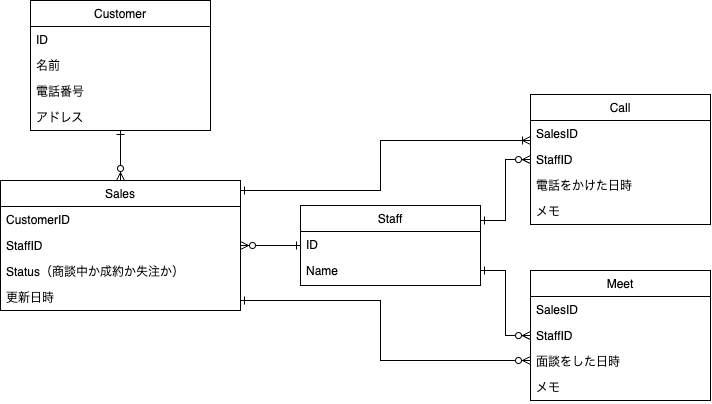
The draw.io diagram db/anti-patern-6/Diagram.drawio.png in yuikoito/PrAhaChallenge, before a commit. Source tidied: cells renumbered, new cells last; positions are measured from the earlier drawing's top-left corner, leaving out a move shared by most shapes. Source of this version:
```xml
<mxGraphModel>
  <root>
    <mxCell id="0" />
    <mxCell id="1" parent="0" />
    <mxCell id="2" value="Call" style="swimlane;fontStyle=0;align=center;verticalAlign=top;horizontal=1;startSize=26;rounded=0;shadow=0;strokeWidth=1;" parent="1" vertex="1">
      <mxGeometry x="530" y="94" width="180" height="130" as="geometry" />
    </mxCell>
    <mxCell id="3" value="SalesID" style="text;align=left;verticalAlign=top;spacingLeft=4;spacingRight=4;overflow=hidden;" parent="2" vertex="1">
      <mxGeometry y="26" width="180" height="26" as="geometry" />
    </mxCell>
    <mxCell id="4" value="StaffID" style="text;align=left;verticalAlign=top;spacingLeft=4;spacingRight=4;overflow=hidden;" parent="2" vertex="1">
      <mxGeometry y="52" width="180" height="26" as="geometry" />
    </mxCell>
    <mxCell id="5" value="電話をかけた日時" style="text;align=left;verticalAlign=top;spacingLeft=4;spacingRight=4;overflow=hidden;" parent="2" vertex="1">
      <mxGeometry y="78" width="180" height="26" as="geometry" />
    </mxCell>
    <mxCell id="6" value="メモ" style="text;align=left;verticalAlign=top;spacingLeft=4;spacingRight=4;overflow=hidden;" parent="2" vertex="1">
      <mxGeometry y="104" width="180" height="26" as="geometry" />
    </mxCell>
    <mxCell id="7" style="edgeStyle=orthogonalEdgeStyle;rounded=0;jettySize=auto;html=1;startArrow=ERone;startFill=0;endArrow=ERzeroToMany;endFill=0;" parent="1" edge="1" source="8" target="26">
      <mxGeometry relative="1" as="geometry" />
    </mxCell>
    <mxCell id="8" value="Customer" style="swimlane;fontStyle=0;align=center;verticalAlign=top;horizontal=1;startSize=26;rounded=0;shadow=0;strokeWidth=1;" parent="1" vertex="1">
      <mxGeometry x="30" width="180" height="130" as="geometry" />
    </mxCell>
    <mxCell id="9" value="ID" style="text;align=left;verticalAlign=top;spacingLeft=4;spacingRight=4;overflow=hidden;" parent="8" vertex="1">
      <mxGeometry y="26" width="180" height="26" as="geometry" />
    </mxCell>
    <mxCell id="10" value="名前" style="text;align=left;verticalAlign=top;spacingLeft=4;spacingRight=4;overflow=hidden;rounded=0;shadow=0;html=0;" parent="8" vertex="1">
      <mxGeometry y="52" width="180" height="26" as="geometry" />
    </mxCell>
    <mxCell id="11" value="電話番号" style="text;align=left;verticalAlign=top;spacingLeft=4;spacingRight=4;overflow=hidden;rounded=0;shadow=0;html=0;" parent="8" vertex="1">
      <mxGeometry y="78" width="180" height="26" as="geometry" />
    </mxCell>
    <mxCell id="12" value="アドレス" style="text;align=left;verticalAlign=top;spacingLeft=4;spacingRight=4;overflow=hidden;rounded=0;shadow=0;html=0;" parent="8" vertex="1">
      <mxGeometry y="104" width="180" height="26" as="geometry" />
    </mxCell>
    <mxCell id="13" value="Meet" style="swimlane;fontStyle=0;align=center;verticalAlign=top;horizontal=1;startSize=26;rounded=0;shadow=0;strokeWidth=1;" parent="1" vertex="1">
      <mxGeometry x="530" y="270" width="180" height="130" as="geometry" />
    </mxCell>
    <mxCell id="14" value="SalesID" style="text;align=left;verticalAlign=top;spacingLeft=4;spacingRight=4;overflow=hidden;" parent="13" vertex="1">
      <mxGeometry y="26" width="180" height="26" as="geometry" />
    </mxCell>
    <mxCell id="15" value="StaffID" style="text;align=left;verticalAlign=top;spacingLeft=4;spacingRight=4;overflow=hidden;rounded=0;shadow=0;html=0;" parent="13" vertex="1">
      <mxGeometry y="52" width="180" height="26" as="geometry" />
    </mxCell>
    <mxCell id="16" value="面談をした日時" style="text;align=left;verticalAlign=top;spacingLeft=4;spacingRight=4;overflow=hidden;rounded=0;shadow=0;html=0;" parent="13" vertex="1">
      <mxGeometry y="78" width="180" height="26" as="geometry" />
    </mxCell>
    <mxCell id="17" value="メモ" style="text;align=left;verticalAlign=top;spacingLeft=4;spacingRight=4;overflow=hidden;rounded=0;shadow=0;html=0;" parent="13" vertex="1">
      <mxGeometry y="104" width="180" height="26" as="geometry" />
    </mxCell>
    <mxCell id="18" style="edgeStyle=orthogonalEdgeStyle;rounded=0;jettySize=auto;html=1;startArrow=ERone;startFill=0;endArrow=ERzeroToMany;endFill=0;" parent="1" edge="1" source="21" target="26">
      <mxGeometry relative="1" as="geometry" />
    </mxCell>
    <mxCell id="19" style="edgeStyle=orthogonalEdgeStyle;rounded=0;jettySize=auto;html=1;startArrow=ERone;startFill=0;endArrow=ERzeroToMany;endFill=0;" parent="1" edge="1" source="21" target="2">
      <mxGeometry relative="1" as="geometry">
        <Array as="points">
          <mxPoint x="505" y="220" />
          <mxPoint x="505" y="159" />
        </Array>
      </mxGeometry>
    </mxCell>
    <mxCell id="20" style="edgeStyle=orthogonalEdgeStyle;rounded=0;jettySize=auto;html=1;startArrow=ERone;startFill=0;endArrow=ERzeroToMany;endFill=0;" parent="1" edge="1" source="21" target="13">
      <mxGeometry relative="1" as="geometry">
        <Array as="points">
          <mxPoint x="505" y="270" />
          <mxPoint x="505" y="335" />
        </Array>
      </mxGeometry>
    </mxCell>
    <mxCell id="21" value="Staff" style="swimlane;fontStyle=0;align=center;verticalAlign=top;horizontal=1;startSize=26;rounded=0;shadow=0;strokeWidth=1;" parent="1" vertex="1">
      <mxGeometry x="300" y="205" width="180" height="80" as="geometry" />
    </mxCell>
    <mxCell id="22" value="ID" style="text;align=left;verticalAlign=top;spacingLeft=4;spacingRight=4;overflow=hidden;" parent="21" vertex="1">
      <mxGeometry y="26" width="180" height="26" as="geometry" />
    </mxCell>
    <mxCell id="23" value="Name" style="text;align=left;verticalAlign=top;spacingLeft=4;spacingRight=4;overflow=hidden;rounded=0;shadow=0;html=0;" parent="21" vertex="1">
      <mxGeometry y="52" width="180" height="26" as="geometry" />
    </mxCell>
    <mxCell id="24" style="edgeStyle=orthogonalEdgeStyle;rounded=0;jettySize=auto;html=1;startArrow=ERone;startFill=0;endArrow=ERoneToMany;endFill=0;" parent="1" edge="1" source="26" target="2">
      <mxGeometry relative="1" as="geometry">
        <Array as="points">
          <mxPoint x="380" y="190" />
          <mxPoint x="380" y="140" />
        </Array>
      </mxGeometry>
    </mxCell>
    <mxCell id="25" style="edgeStyle=orthogonalEdgeStyle;rounded=0;jettySize=auto;html=1;startArrow=ERone;startFill=0;endArrow=ERzeroToMany;endFill=0;" parent="1" edge="1" source="26" target="13">
      <mxGeometry relative="1" as="geometry">
        <Array as="points">
          <mxPoint x="380" y="300" />
          <mxPoint x="380" y="360" />
        </Array>
      </mxGeometry>
    </mxCell>
    <mxCell id="26" value="Sales" style="swimlane;fontStyle=0;align=center;verticalAlign=top;horizontal=1;startSize=26;rounded=0;shadow=0;strokeWidth=1;" parent="1" vertex="1">
      <mxGeometry y="180" width="240" height="130" as="geometry" />
    </mxCell>
    <mxCell id="27" value="CustomerID" style="text;align=left;verticalAlign=top;spacingLeft=4;spacingRight=4;overflow=hidden;" parent="26" vertex="1">
      <mxGeometry y="26" width="240" height="26" as="geometry" />
    </mxCell>
    <mxCell id="28" value="StaffID" style="text;align=left;verticalAlign=top;spacingLeft=4;spacingRight=4;overflow=hidden;rounded=0;shadow=0;html=0;" parent="26" vertex="1">
      <mxGeometry y="52" width="240" height="26" as="geometry" />
    </mxCell>
    <mxCell id="29" value="Status（商談中か成約か失注か）" style="text;align=left;verticalAlign=top;spacingLeft=4;spacingRight=4;overflow=hidden;rounded=0;shadow=0;html=0;" parent="26" vertex="1">
      <mxGeometry y="78" width="240" height="26" as="geometry" />
    </mxCell>
    <mxCell id="30" value="更新日時" style="text;align=left;verticalAlign=top;spacingLeft=4;spacingRight=4;overflow=hidden;rounded=0;shadow=0;html=0;" parent="26" vertex="1">
      <mxGeometry y="104" width="240" height="26" as="geometry" />
    </mxCell>
  </root>
</mxGraphModel>
```
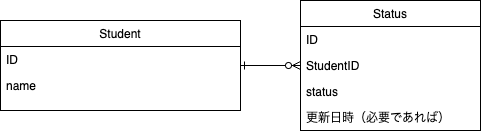
Above is the later version.

The edit, as a diff of the source:
```diff
@@ -2,112 +2,32 @@
   <root>
     <mxCell id="0" />
     <mxCell id="1" parent="0" />
-    <mxCell id="2" value="Call" style="swimlane;fontStyle=0;align=center;verticalAlign=top;horizontal=1;startSize=26;rounded=0;shadow=0;strokeWidth=1;" parent="1" vertex="1">
-      <mxGeometry x="530" y="94" width="180" height="130" as="geometry" />
-    </mxCell>
-    <mxCell id="3" value="SalesID" style="text;align=left;verticalAlign=top;spacingLeft=4;spacingRight=4;overflow=hidden;" parent="2" vertex="1">
-      <mxGeometry y="26" width="180" height="26" as="geometry" />
-    </mxCell>
-    <mxCell id="4" value="StaffID" style="text;align=left;verticalAlign=top;spacingLeft=4;spacingRight=4;overflow=hidden;" parent="2" vertex="1">
-      <mxGeometry y="52" width="180" height="26" as="geometry" />
-    </mxCell>
-    <mxCell id="5" value="電話をかけた日時" style="text;align=left;verticalAlign=top;spacingLeft=4;spacingRight=4;overflow=hidden;" parent="2" vertex="1">
-      <mxGeometry y="78" width="180" height="26" as="geometry" />
-    </mxCell>
-    <mxCell id="6" value="メモ" style="text;align=left;verticalAlign=top;spacingLeft=4;spacingRight=4;overflow=hidden;" parent="2" vertex="1">
-      <mxGeometry y="104" width="180" height="26" as="geometry" />
-    </mxCell>
-    <mxCell id="7" style="edgeStyle=orthogonalEdgeStyle;rounded=0;jettySize=auto;html=1;startArrow=ERone;startFill=0;endArrow=ERzeroToMany;endFill=0;" parent="1" edge="1" source="8" target="26">
-      <mxGeometry relative="1" as="geometry" />
-    </mxCell>
-    <mxCell id="8" value="Customer" style="swimlane;fontStyle=0;align=center;verticalAlign=top;horizontal=1;startSize=26;rounded=0;shadow=0;strokeWidth=1;" parent="1" vertex="1">
-      <mxGeometry x="30" width="180" height="130" as="geometry" />
-    </mxCell>
-    <mxCell id="9" value="ID" style="text;align=left;verticalAlign=top;spacingLeft=4;spacingRight=4;overflow=hidden;" parent="8" vertex="1">
-      <mxGeometry y="26" width="180" height="26" as="geometry" />
-    </mxCell>
-    <mxCell id="10" value="名前" style="text;align=left;verticalAlign=top;spacingLeft=4;spacingRight=4;overflow=hidden;rounded=0;shadow=0;html=0;" parent="8" vertex="1">
-      <mxGeometry y="52" width="180" height="26" as="geometry" />
-    </mxCell>
-    <mxCell id="11" value="電話番号" style="text;align=left;verticalAlign=top;spacingLeft=4;spacingRight=4;overflow=hidden;rounded=0;shadow=0;html=0;" parent="8" vertex="1">
-      <mxGeometry y="78" width="180" height="26" as="geometry" />
-    </mxCell>
-    <mxCell id="12" value="アドレス" style="text;align=left;verticalAlign=top;spacingLeft=4;spacingRight=4;overflow=hidden;rounded=0;shadow=0;html=0;" parent="8" vertex="1">
-      <mxGeometry y="104" width="180" height="26" as="geometry" />
-    </mxCell>
-    <mxCell id="13" value="Meet" style="swimlane;fontStyle=0;align=center;verticalAlign=top;horizontal=1;startSize=26;rounded=0;shadow=0;strokeWidth=1;" parent="1" vertex="1">
-      <mxGeometry x="530" y="270" width="180" height="130" as="geometry" />
-    </mxCell>
-    <mxCell id="14" value="SalesID" style="text;align=left;verticalAlign=top;spacingLeft=4;spacingRight=4;overflow=hidden;" parent="13" vertex="1">
-      <mxGeometry y="26" width="180" height="26" as="geometry" />
-    </mxCell>
-    <mxCell id="15" value="StaffID" style="text;align=left;verticalAlign=top;spacingLeft=4;spacingRight=4;overflow=hidden;rounded=0;shadow=0;html=0;" parent="13" vertex="1">
-      <mxGeometry y="52" width="180" height="26" as="geometry" />
-    </mxCell>
-    <mxCell id="16" value="面談をした日時" style="text;align=left;verticalAlign=top;spacingLeft=4;spacingRight=4;overflow=hidden;rounded=0;shadow=0;html=0;" parent="13" vertex="1">
-      <mxGeometry y="78" width="180" height="26" as="geometry" />
-    </mxCell>
-    <mxCell id="17" value="メモ" style="text;align=left;verticalAlign=top;spacingLeft=4;spacingRight=4;overflow=hidden;rounded=0;shadow=0;html=0;" parent="13" vertex="1">
-      <mxGeometry y="104" width="180" height="26" as="geometry" />
-    </mxCell>
-    <mxCell id="18" style="edgeStyle=orthogonalEdgeStyle;rounded=0;jettySize=auto;html=1;startArrow=ERone;startFill=0;endArrow=ERzeroToMany;endFill=0;" parent="1" edge="1" source="21" target="26">
+    <mxCell id="18" style="edgeStyle=orthogonalEdgeStyle;rounded=0;jettySize=auto;html=1;startArrow=ERzeroToMany;startFill=0;endArrow=ERone;endFill=0;" parent="1" edge="1" source="21" target="26">
       <mxGeometry relative="1" as="geometry" />
     </mxCell>
-    <mxCell id="19" style="edgeStyle=orthogonalEdgeStyle;rounded=0;jettySize=auto;html=1;startArrow=ERone;startFill=0;endArrow=ERzeroToMany;endFill=0;" parent="1" edge="1" source="21" target="2">
-      <mxGeometry relative="1" as="geometry">
-        <Array as="points">
-          <mxPoint x="505" y="220" />
-          <mxPoint x="505" y="159" />
-        </Array>
-      </mxGeometry>
-    </mxCell>
-    <mxCell id="20" style="edgeStyle=orthogonalEdgeStyle;rounded=0;jettySize=auto;html=1;startArrow=ERone;startFill=0;endArrow=ERzeroToMany;endFill=0;" parent="1" edge="1" source="21" target="13">
-      <mxGeometry relative="1" as="geometry">
-        <Array as="points">
-          <mxPoint x="505" y="270" />
-          <mxPoint x="505" y="335" />
-        </Array>
-      </mxGeometry>
-    </mxCell>
-    <mxCell id="21" value="Staff" style="swimlane;fontStyle=0;align=center;verticalAlign=top;horizontal=1;startSize=26;rounded=0;shadow=0;strokeWidth=1;" parent="1" vertex="1">
-      <mxGeometry x="300" y="205" width="180" height="80" as="geometry" />
+    <mxCell id="21" value="Status" style="swimlane;fontStyle=0;align=center;verticalAlign=top;horizontal=1;startSize=26;rounded=0;shadow=0;strokeWidth=1;" parent="1" vertex="1">
+      <mxGeometry x="300" y="160" width="180" height="130" as="geometry" />
     </mxCell>
     <mxCell id="22" value="ID" style="text;align=left;verticalAlign=top;spacingLeft=4;spacingRight=4;overflow=hidden;" parent="21" vertex="1">
       <mxGeometry y="26" width="180" height="26" as="geometry" />
     </mxCell>
-    <mxCell id="23" value="Name" style="text;align=left;verticalAlign=top;spacingLeft=4;spacingRight=4;overflow=hidden;rounded=0;shadow=0;html=0;" parent="21" vertex="1">
+    <mxCell id="23" value="StudentID" style="text;align=left;verticalAlign=top;spacingLeft=4;spacingRight=4;overflow=hidden;rounded=0;shadow=0;html=0;" parent="21" vertex="1">
       <mxGeometry y="52" width="180" height="26" as="geometry" />
     </mxCell>
-    <mxCell id="24" style="edgeStyle=orthogonalEdgeStyle;rounded=0;jettySize=auto;html=1;startArrow=ERone;startFill=0;endArrow=ERoneToMany;endFill=0;" parent="1" edge="1" source="26" target="2">
-      <mxGeometry relative="1" as="geometry">
-        <Array as="points">
-          <mxPoint x="380" y="190" />
-          <mxPoint x="380" y="140" />
-        </Array>
-      </mxGeometry>
-    </mxCell>
-    <mxCell id="25" style="edgeStyle=orthogonalEdgeStyle;rounded=0;jettySize=auto;html=1;startArrow=ERone;startFill=0;endArrow=ERzeroToMany;endFill=0;" parent="1" edge="1" source="26" target="13">
-      <mxGeometry relative="1" as="geometry">
-        <Array as="points">
-          <mxPoint x="380" y="300" />
-          <mxPoint x="380" y="360" />
-        </Array>
-      </mxGeometry>
-    </mxCell>
+    <mxCell id="31" value="status" style="text;align=left;verticalAlign=top;spacingLeft=4;spacingRight=4;overflow=hidden;rounded=0;shadow=0;html=0;" parent="21" vertex="1">
+      <mxGeometry y="78" width="180" height="26" as="geometry" />
+    </mxCell>
+    <mxCell id="32" value="更新日時（必要であれば）" style="text;align=left;verticalAlign=top;spacingLeft=4;spacingRight=4;overflow=hidden;rounded=0;shadow=0;html=0;" parent="21" vertex="1">
+      <mxGeometry y="104" width="180" height="26" as="geometry" />
+    </mxCell>
-    <mxCell id="26" value="Sales" style="swimlane;fontStyle=0;align=center;verticalAlign=top;horizontal=1;startSize=26;rounded=0;shadow=0;strokeWidth=1;" parent="1" vertex="1">
-      <mxGeometry y="180" width="240" height="130" as="geometry" />
+    <mxCell id="26" value="Student" style="swimlane;fontStyle=0;align=center;verticalAlign=top;horizontal=1;startSize=26;rounded=0;shadow=0;strokeWidth=1;" parent="1" vertex="1">
+      <mxGeometry y="180" width="240" height="90" as="geometry" />
     </mxCell>
-    <mxCell id="27" value="CustomerID" style="text;align=left;verticalAlign=top;spacingLeft=4;spacingRight=4;overflow=hidden;" parent="26" vertex="1">
+    <mxCell id="27" value="ID" style="text;align=left;verticalAlign=top;spacingLeft=4;spacingRight=4;overflow=hidden;" parent="26" vertex="1">
       <mxGeometry y="26" width="240" height="26" as="geometry" />
     </mxCell>
-    <mxCell id="28" value="StaffID" style="text;align=left;verticalAlign=top;spacingLeft=4;spacingRight=4;overflow=hidden;rounded=0;shadow=0;html=0;" parent="26" vertex="1">
+    <mxCell id="28" value="name" style="text;align=left;verticalAlign=top;spacingLeft=4;spacingRight=4;overflow=hidden;rounded=0;shadow=0;html=0;" parent="26" vertex="1">
       <mxGeometry y="52" width="240" height="26" as="geometry" />
     </mxCell>
-    <mxCell id="29" value="Status（商談中か成約か失注か）" style="text;align=left;verticalAlign=top;spacingLeft=4;spacingRight=4;overflow=hidden;rounded=0;shadow=0;html=0;" parent="26" vertex="1">
-      <mxGeometry y="78" width="240" height="26" as="geometry" />
-    </mxCell>
-    <mxCell id="30" value="更新日時" style="text;align=left;verticalAlign=top;spacingLeft=4;spacingRight=4;overflow=hidden;rounded=0;shadow=0;html=0;" parent="26" vertex="1">
-      <mxGeometry y="104" width="240" height="26" as="geometry" />
-    </mxCell>
   </root>
 </mxGraphModel>
```
